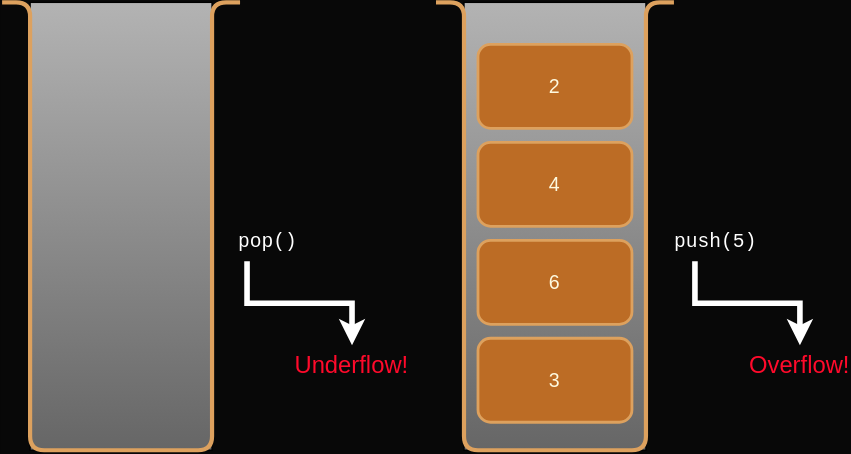
JAC-CS-Programming-4-W24/Notes keeps this draw.io diagram as 3-Stacks/images/stack3.svg. Above is the earlier version. Source tidied: cells renumbered, new cells last; positions are measured from the earlier drawing's top-left corner, leaving out a move shared by most shapes.
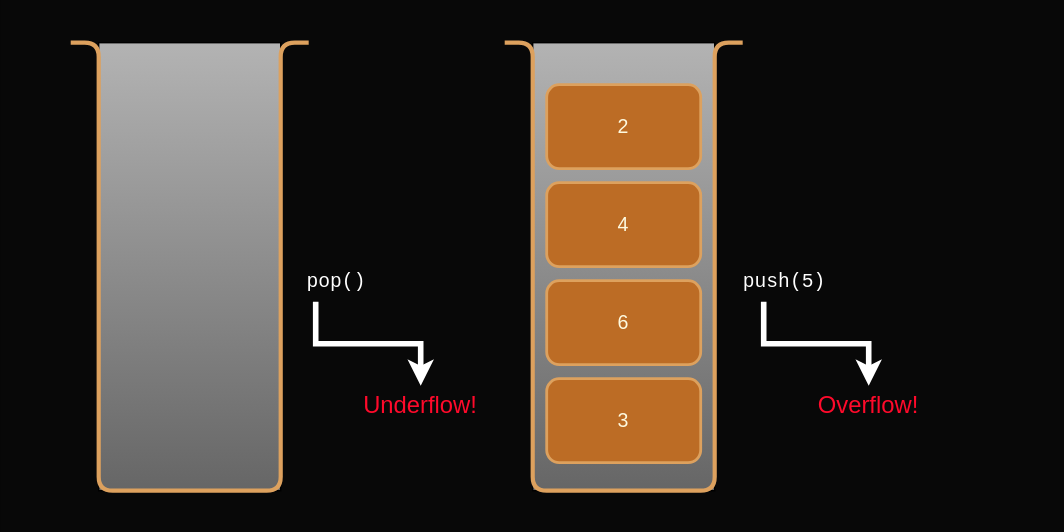
Above is the later version.

Change to the diagram source:
```diff
@@ -2,6 +2,9 @@
   <root>
     <mxCell id="0" />
     <mxCell id="1" parent="0" />
+    <mxCell id="20" style="rounded=0;whiteSpace=wrap;html=1;fillColor=none;strokeColor=none;" parent="1" vertex="1">
+      <mxGeometry x="-50" y="-30" width="760" height="380" as="geometry" />
+    </mxCell>
     <mxCell id="2" style="rounded=0;whiteSpace=wrap;html=1;hachureGap=4;fontFamily=Architects Daughter;fontSource=https%3A%2F%2Ffonts.googleapis.com%2Fcss%3Ffamily%3DArchitects%2BDaughter;fontSize=20;gradientColor=#666666;fillColor=#B3B3B3;" parent="1" vertex="1">
       <mxGeometry x="330" width="130" height="320" as="geometry" />
     </mxCell>
```
